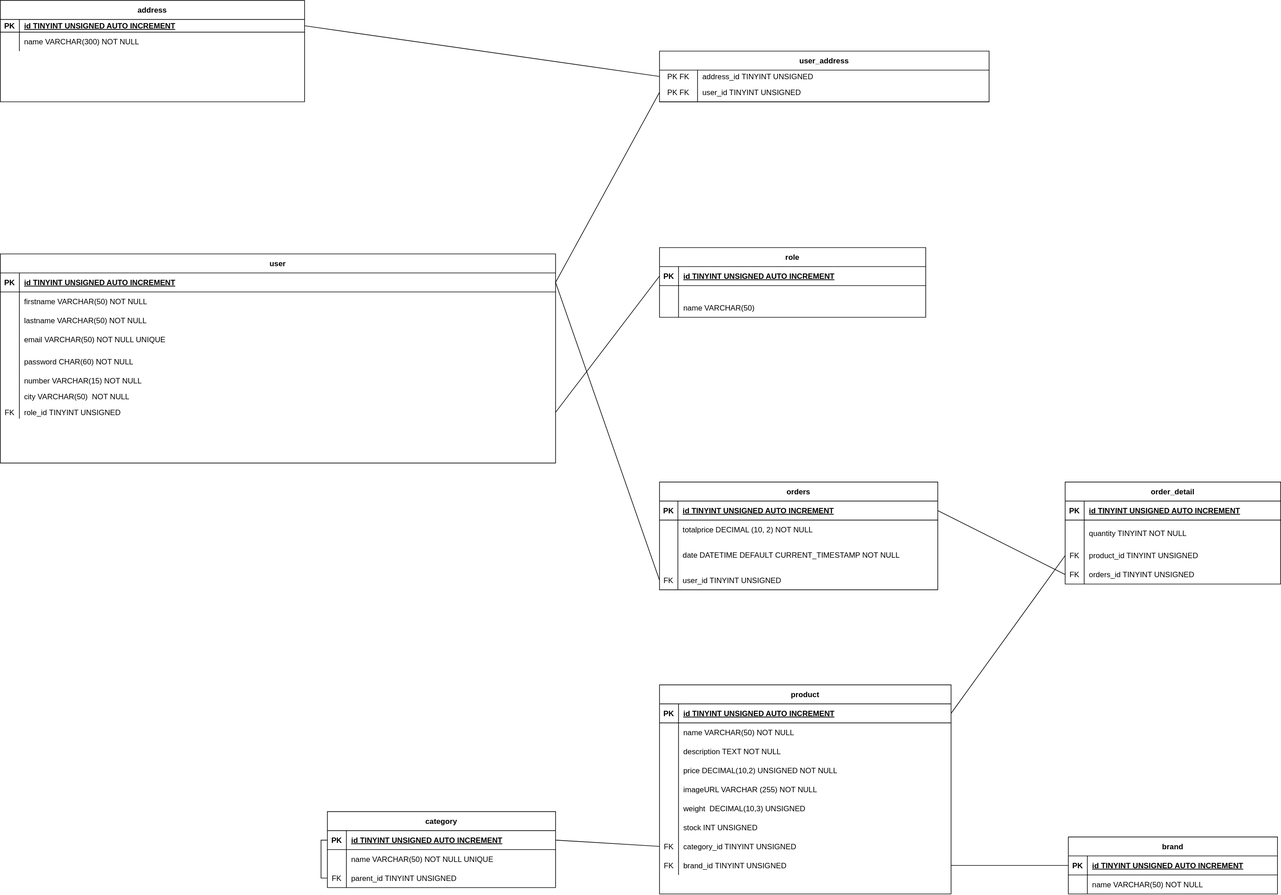
This is code/server/merise/MPD-komora.drawio.svg from TERENYANA/komora, a draw.io export, as it was before one commit. Source tidied: cells renumbered, new cells last; positions are measured from the earlier drawing's top-left corner, leaving out a move shared by most shapes.
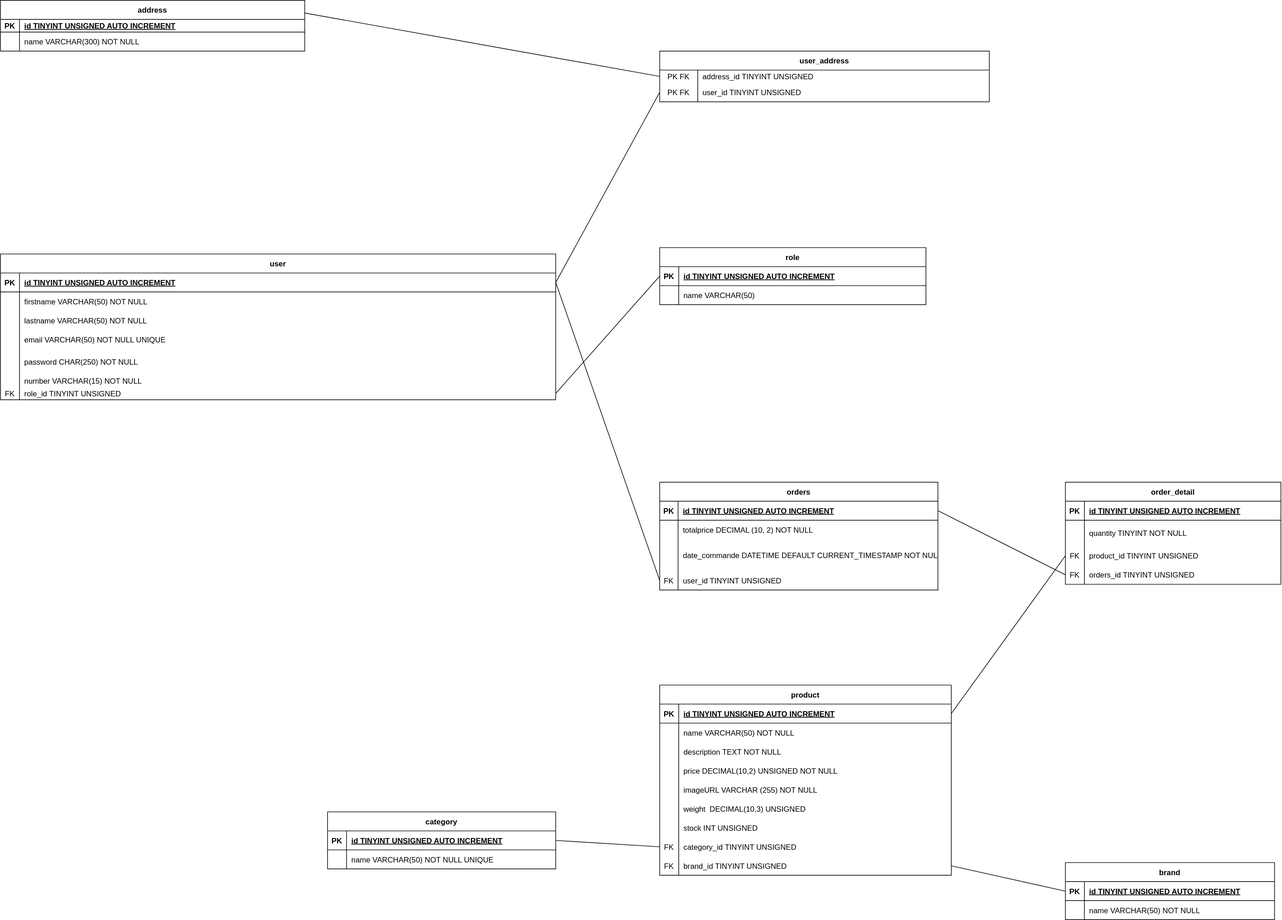
Later version of the same file.

Diff of the diagram source:
```diff
@@ -3,7 +3,7 @@
     <mxCell id="0" />
     <mxCell id="1" parent="0" />
     <mxCell id="2" value="user" style="shape=table;startSize=30;rowLines=0;fontStyle=1;align=center;" parent="1" vertex="1">
-      <mxGeometry y="400" width="876" height="330" as="geometry" />
+      <mxGeometry y="400" width="876" height="230" as="geometry" />
     </mxCell>
     <mxCell id="3" style="shape=tableRow;horizontal=0;startSize=0;swimlaneHead=0;swimlaneBody=0;fillColor=none;points=[[0,0.5],[1,0.5]];portConstraint=eastwest;top=0;left=0;right=0;bottom=1;" parent="2" vertex="1">
       <mxGeometry y="30" width="876" height="30" as="geometry" />
@@ -47,7 +47,7 @@
     <mxCell id="16" style="shape=partialRectangle;fillColor=none;top=0;left=0;bottom=0;right=0;overflow=hidden;" parent="15" vertex="1">
       <mxGeometry width="30" height="40" as="geometry" />
     </mxCell>
-    <mxCell id="17" value="password CHAR(60) NOT NULL " style="shape=partialRectangle;fillColor=none;top=0;left=0;bottom=0;right=0;align=left;spacingLeft=6;overflow=hidden;" parent="15" vertex="1">
+    <mxCell id="17" value="password CHAR(250) NOT NULL " style="shape=partialRectangle;fillColor=none;top=0;left=0;bottom=0;right=0;align=left;spacingLeft=6;overflow=hidden;" parent="15" vertex="1">
       <mxGeometry x="30" width="846" height="40" as="geometry" />
     </mxCell>
     <mxCell id="18" style="shape=tableRow;horizontal=0;startSize=0;swimlaneHead=0;swimlaneBody=0;fillColor=none;top=0;left=0;right=0;bottom=0;" parent="2" vertex="1">
@@ -59,17 +59,8 @@
     <mxCell id="20" value="number VARCHAR(15) NOT NULL" style="shape=partialRectangle;fillColor=none;top=0;left=0;bottom=0;right=0;align=left;spacingLeft=6;overflow=hidden;fontColor=#000000;" parent="18" vertex="1">
       <mxGeometry x="30" width="846" height="20" as="geometry" />
     </mxCell>
-    <mxCell id="21" style="shape=tableRow;horizontal=0;startSize=0;swimlaneHead=0;swimlaneBody=0;fillColor=none;top=0;left=0;right=0;bottom=0;" parent="2" vertex="1">
-      <mxGeometry y="210" width="876" height="30" as="geometry" />
-    </mxCell>
-    <mxCell id="22" style="shape=partialRectangle;fillColor=none;top=0;left=0;bottom=0;right=0;overflow=hidden;" parent="21" vertex="1">
-      <mxGeometry width="30" height="30" as="geometry" />
-    </mxCell>
-    <mxCell id="23" value="city VARCHAR(50)  NOT NULL" style="shape=partialRectangle;fillColor=none;top=0;left=0;bottom=0;right=0;align=left;spacingLeft=6;overflow=hidden;" parent="21" vertex="1">
-      <mxGeometry x="30" width="846" height="30" as="geometry" />
-    </mxCell>
     <mxCell id="24" style="shape=tableRow;horizontal=0;startSize=0;swimlaneHead=0;swimlaneBody=0;fillColor=none;points=[[0,0.5],[1,0.5]];portConstraint=eastwest;top=0;left=0;right=0;bottom=0;" parent="2" vertex="1">
-      <mxGeometry y="240" width="876" height="20" as="geometry" />
+      <mxGeometry y="210" width="876" height="20" as="geometry" />
     </mxCell>
     <mxCell id="25" value="FK" style="shape=partialRectangle;fillColor=none;top=0;left=0;bottom=0;right=0;overflow=hidden;" parent="24" vertex="1">
       <mxGeometry width="30" height="20" as="geometry" />
@@ -78,7 +69,7 @@
       <mxGeometry x="30" width="846" height="20" as="geometry" />
     </mxCell>
     <mxCell id="27" value="role" style="shape=table;startSize=30;rowLines=0;fontStyle=1;align=center;" parent="1" vertex="1">
-      <mxGeometry x="1040" y="390" width="420" height="110" as="geometry" />
+      <mxGeometry x="1040" y="390" width="420" height="90" as="geometry" />
     </mxCell>
     <mxCell id="28" style="shape=tableRow;horizontal=0;startSize=0;swimlaneHead=0;swimlaneBody=0;fillColor=none;points=[[0,0.5],[1,0.5]];portConstraint=eastwest;top=0;left=0;right=0;bottom=1;" parent="27" vertex="1">
       <mxGeometry y="30" width="420" height="30" as="geometry" />
@@ -89,17 +80,8 @@
     <mxCell id="30" value="id TINYINT UNSIGNED AUTO INCREMENT" style="shape=partialRectangle;fillColor=none;top=0;left=0;bottom=0;right=0;align=left;spacingLeft=6;fontStyle=5;overflow=hidden;" parent="28" vertex="1">
       <mxGeometry x="30" width="390" height="30" as="geometry" />
     </mxCell>
-    <mxCell id="31" style="shape=tableRow;horizontal=0;startSize=0;swimlaneHead=0;swimlaneBody=0;fillColor=none;top=0;left=0;right=0;bottom=0;" parent="27" vertex="1">
-      <mxGeometry y="60" width="420" height="20" as="geometry" />
-    </mxCell>
-    <mxCell id="32" style="shape=partialRectangle;fillColor=none;top=0;left=0;bottom=0;right=0;overflow=hidden;" parent="31" vertex="1">
-      <mxGeometry width="30" height="20" as="geometry" />
-    </mxCell>
-    <mxCell id="33" style="shape=partialRectangle;fillColor=none;top=0;left=0;bottom=0;right=0;align=left;spacingLeft=6;overflow=hidden;" parent="31" vertex="1">
-      <mxGeometry x="30" width="390" height="20" as="geometry" />
-    </mxCell>
     <mxCell id="34" style="shape=tableRow;horizontal=0;startSize=0;swimlaneHead=0;swimlaneBody=0;fillColor=none;top=0;left=0;right=0;bottom=0;" parent="27" vertex="1">
-      <mxGeometry y="80" width="420" height="30" as="geometry" />
+      <mxGeometry y="60" width="420" height="30" as="geometry" />
     </mxCell>
     <mxCell id="35" style="shape=partialRectangle;fillColor=none;top=0;left=0;bottom=0;right=0;overflow=hidden;" parent="34" vertex="1">
       <mxGeometry width="30" height="30" as="geometry" />
@@ -108,7 +90,7 @@
       <mxGeometry x="30" width="390" height="30" as="geometry" />
     </mxCell>
     <mxCell id="37" value="product" style="shape=table;startSize=30;rowLines=0;fontStyle=1;align=center;" parent="1" vertex="1">
-      <mxGeometry x="1040" y="1080" width="460" height="330" as="geometry" />
+      <mxGeometry x="1040" y="1080" width="460" height="300" as="geometry" />
     </mxCell>
     <mxCell id="38" style="shape=tableRow;horizontal=0;startSize=0;swimlaneHead=0;swimlaneBody=0;fillColor=none;points=[[0,0.5],[1,0.5]];portConstraint=eastwest;top=0;left=0;right=0;bottom=1;" parent="37" vertex="1">
       <mxGeometry y="30" width="460" height="30" as="geometry" />
@@ -192,7 +174,7 @@
       <mxGeometry x="30" width="430" height="30" as="geometry" />
     </mxCell>
     <mxCell id="65" value="brand" style="shape=table;startSize=30;rowLines=0;fontStyle=1;align=center;" parent="1" vertex="1">
-      <mxGeometry x="1685" y="1320" width="330" height="90" as="geometry" />
+      <mxGeometry x="1680" y="1360" width="330" height="90" as="geometry" />
     </mxCell>
     <mxCell id="66" style="shape=tableRow;horizontal=0;startSize=0;swimlaneHead=0;swimlaneBody=0;fillColor=none;points=[[0,0.5],[1,0.5]];portConstraint=eastwest;top=0;left=0;right=0;bottom=1;" parent="65" vertex="1">
       <mxGeometry y="30" width="330" height="30" as="geometry" />
@@ -213,7 +195,7 @@
       <mxGeometry x="30" width="300" height="30" as="geometry" />
     </mxCell>
     <mxCell id="72" value="address" style="shape=table;startSize=30;rowLines=0;fontStyle=1;align=center;" parent="1" vertex="1">
-      <mxGeometry width="480" height="160" as="geometry" />
+      <mxGeometry width="480" height="80" as="geometry" />
     </mxCell>
     <mxCell id="73" style="shape=tableRow;horizontal=0;startSize=0;swimlaneHead=0;swimlaneBody=0;fillColor=none;top=0;left=0;right=0;bottom=1;" parent="72" vertex="1">
       <mxGeometry y="30" width="480" height="20" as="geometry" />
@@ -260,7 +242,7 @@
     <mxCell id="87" style="shape=partialRectangle;fillColor=none;top=0;left=0;bottom=0;right=0;overflow=hidden;" parent="86" vertex="1">
       <mxGeometry width="29" height="50" as="geometry" />
     </mxCell>
-    <mxCell id="88" value="date DATETIME DEFAULT CURRENT_TIMESTAMP NOT NULL" style="shape=partialRectangle;fillColor=none;top=0;left=0;bottom=0;right=0;align=left;spacingLeft=6;overflow=hidden;" parent="86" vertex="1">
+    <mxCell id="88" value="date_commande DATETIME DEFAULT CURRENT_TIMESTAMP NOT NULL" style="shape=partialRectangle;fillColor=none;top=0;left=0;bottom=0;right=0;align=left;spacingLeft=6;overflow=hidden;" parent="86" vertex="1">
       <mxGeometry x="29" width="410" height="50" as="geometry" />
     </mxCell>
     <mxCell id="89" style="shape=tableRow;horizontal=0;startSize=0;swimlaneHead=0;swimlaneBody=0;fillColor=none;points=[[0,0.5],[1,0.5]];portConstraint=eastwest;top=0;left=0;right=0;bottom=0;" parent="79" vertex="1">
@@ -300,7 +282,7 @@
       <mxGeometry relative="1" as="geometry" />
     </mxCell>
     <mxCell id="101" value="category" style="shape=table;startSize=30;rowLines=0;fontStyle=1;align=center;" parent="1" vertex="1">
-      <mxGeometry x="516" y="1280" width="360" height="120" as="geometry" />
+      <mxGeometry x="516" y="1280" width="360" height="90" as="geometry" />
     </mxCell>
     <mxCell id="102" style="shape=tableRow;horizontal=0;startSize=0;swimlaneHead=0;swimlaneBody=0;fillColor=none;points=[[0,0.5],[1,0.5]];portConstraint=eastwest;top=0;left=0;right=0;bottom=1;" parent="101" vertex="1">
       <mxGeometry y="30" width="360" height="30" as="geometry" />
@@ -320,18 +302,6 @@
     <mxCell id="107" value="name VARCHAR(50) NOT NULL UNIQUE" style="shape=partialRectangle;fillColor=none;top=0;left=0;bottom=0;right=0;align=left;spacingLeft=6;overflow=hidden;" parent="105" vertex="1">
       <mxGeometry x="30" width="330" height="30" as="geometry" />
     </mxCell>
-    <mxCell id="108" style="shape=tableRow;horizontal=0;startSize=0;swimlaneHead=0;swimlaneBody=0;fillColor=none;points=[[0,0.5],[1,0.5]];portConstraint=eastwest;top=0;left=0;right=0;bottom=0;" parent="101" vertex="1">
-      <mxGeometry y="90" width="360" height="30" as="geometry" />
-    </mxCell>
-    <mxCell id="109" value="FK" style="shape=partialRectangle;fillColor=none;top=0;left=0;bottom=0;right=0;overflow=hidden;" parent="108" vertex="1">
-      <mxGeometry width="30" height="30" as="geometry" />
-    </mxCell>
-    <mxCell id="110" value="parent_id TINYINT UNSIGNED" style="shape=partialRectangle;fillColor=none;top=0;left=0;bottom=0;right=0;align=left;spacingLeft=6;overflow=hidden;" parent="108" vertex="1">
-      <mxGeometry x="30" width="330" height="30" as="geometry" />
-    </mxCell>
-    <mxCell id="111" style="endArrow=none;html=1;rounded=0;entryX=0;entryY=0.5;entryDx=0;entryDy=0;exitX=0;exitY=0.5;exitDx=0;exitDy=0;edgeStyle=orthogonalEdgeStyle;" parent="101" edge="1" source="102" target="108">
-      <mxGeometry relative="1" as="geometry" />
-    </mxCell>
     <mxCell id="112" style="shape=tableRow;horizontal=0;startSize=0;swimlaneHead=0;swimlaneBody=0;fillColor=none;top=0;left=0;right=0;bottom=0;" parent="1" vertex="1">
       <mxGeometry x="1560" y="1330" width="180" height="30" as="geometry" />
     </mxCell>
```
